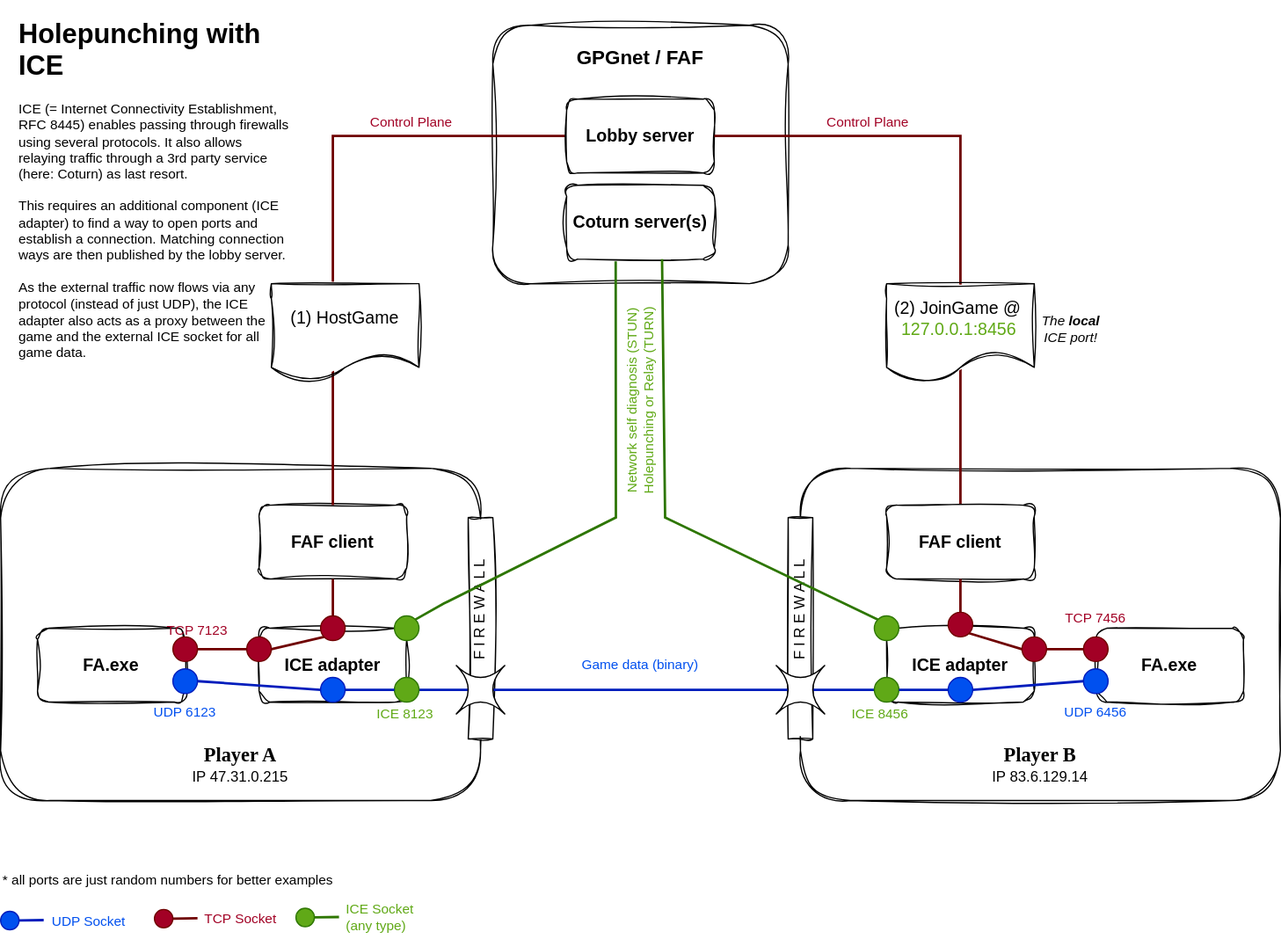
This is docs/diagrams/network_diagram_4_ice.svg from FAForever/kotlin-ice-adapter, a draw.io export, as it was before one commit. Source tidied: cells renumbered, new cells last; positions are measured from the earlier drawing's top-left corner, leaving out a move shared by most shapes.
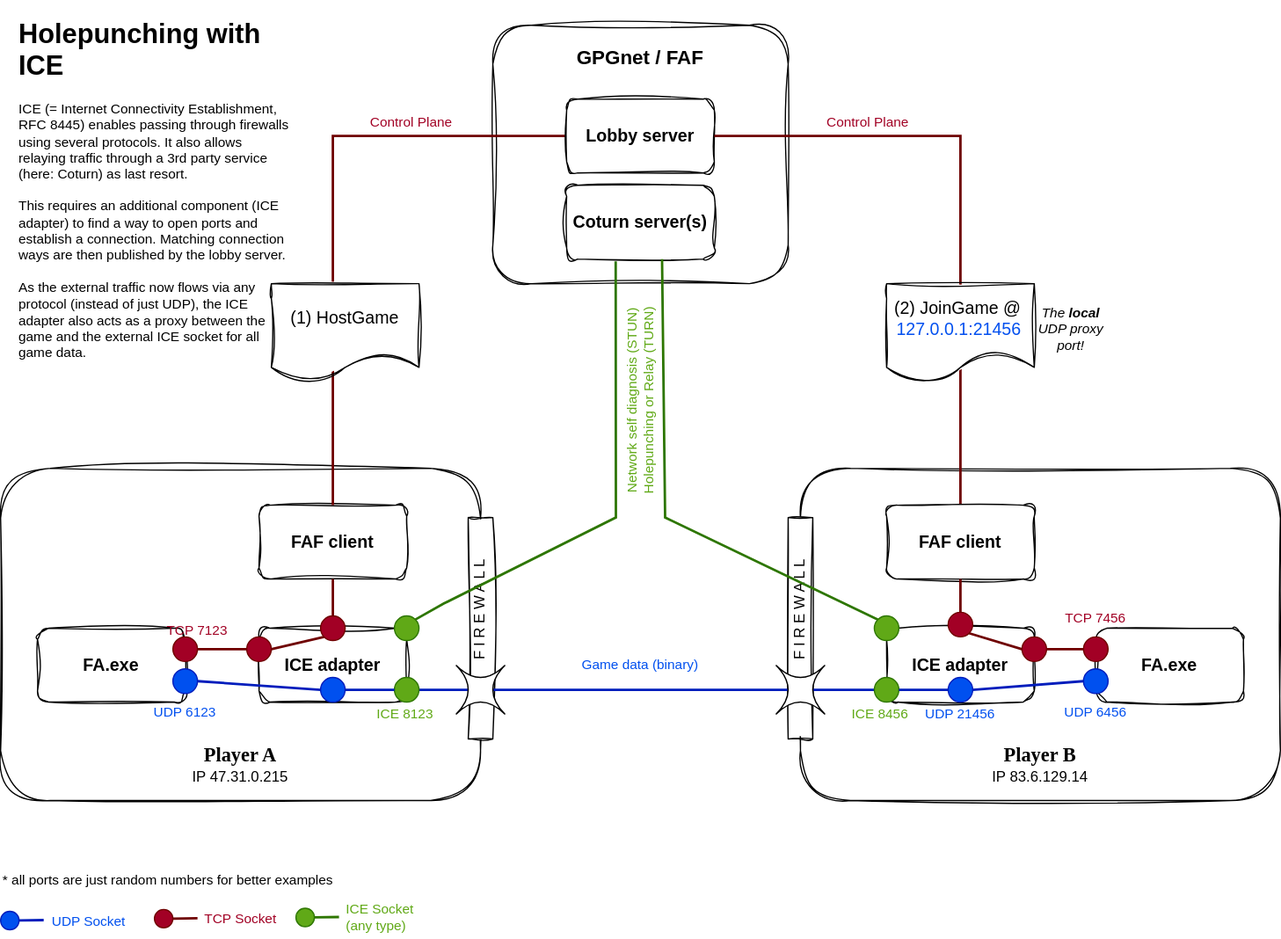
After the commit.

Commit message:
Fix wrong port description in docs

The edit, as a diff of the source:
```diff
@@ -239,12 +239,15 @@
     <mxCell id="72" value="ICE 8456" style="text;html=1;strokeColor=none;fillColor=none;align=left;verticalAlign=middle;whiteSpace=wrap;rounded=0;fontSize=11;fontFamily=Helvetica;fontColor=#60a916;" parent="39" vertex="1">
       <mxGeometry x="690" y="560" width="66" height="20" as="geometry" />
     </mxCell>
-    <mxCell id="73" value="127.0.0.1:8456" style="text;html=1;align=center;verticalAlign=middle;whiteSpace=wrap;rounded=0;fontSize=14;fontFamily=Helvetica;fillColor=#FFFFFF;fontColor=#60a916;strokeColor=none;spacing=0;" parent="39" vertex="1">
+    <mxCell id="73" value="127.0.0.1:21456" style="text;html=1;align=center;verticalAlign=middle;whiteSpace=wrap;rounded=0;fontSize=14;fontFamily=Helvetica;fillColor=#FFFFFF;fontColor=#0250ef;strokeColor=none;spacing=0;" parent="39" vertex="1">
       <mxGeometry x="728" y="247" width="102" height="20" as="geometry" />
     </mxCell>
-    <mxCell id="74" value="The &lt;b&gt;local&lt;/b&gt;&lt;br&gt;ICE port!" style="text;html=1;strokeColor=none;fillColor=none;align=center;verticalAlign=middle;whiteSpace=wrap;rounded=0;fontSize=11;fontFamily=Helvetica;fontColor=default;fontStyle=2;" parent="39" vertex="1">
+    <mxCell id="74" value="The &lt;b&gt;local&lt;/b&gt;&lt;br&gt;UDP proxy port!" style="text;html=1;strokeColor=none;fillColor=none;align=center;verticalAlign=middle;whiteSpace=wrap;rounded=0;fontSize=11;fontFamily=Helvetica;fontColor=default;fontStyle=2;" parent="39" vertex="1">
       <mxGeometry x="840" y="242" width="60" height="30" as="geometry" />
     </mxCell>
+    <mxCell id="77" value="UDP 21456" style="text;html=1;strokeColor=none;fillColor=none;align=center;verticalAlign=middle;whiteSpace=wrap;rounded=0;fontSize=11;fontFamily=Helvetica;fontColor=#0250ef;" parent="39" vertex="1">
+      <mxGeometry x="750" y="555" width="60" height="30" as="geometry" />
+    </mxCell>
     <mxCell id="75" value="Holepunching with ICE" parent="0" />
     <mxCell id="76" value="&lt;h1&gt;Holepunching with ICE&lt;/h1&gt;&lt;div&gt;ICE (= Internet Connectivity Establishment,&amp;nbsp;&lt;/div&gt;RFC 8445&lt;span style=&quot;background-color: initial;&quot;&gt;) enables passing through firewalls using several protocols. It also allows relaying traffic through a 3rd party service (here: Coturn) as last resort.&lt;br&gt;&lt;br&gt;This requires an additional component (ICE adapter) to find a way to open ports and establish a connection. Matching connection ways are then published by the lobby server.&amp;nbsp;&lt;br&gt;&lt;/span&gt;&lt;br&gt;As the external traffic now flows via any protocol (instead of just UDP), the ICE adapter also acts as a proxy between the game and the external ICE socket&amp;nbsp;for all game data." style="text;html=1;strokeColor=none;fillColor=none;spacing=5;spacingTop=-20;whiteSpace=wrap;overflow=hidden;rounded=0;fontSize=11;fontFamily=Helvetica;fontColor=default;" parent="75" vertex="1">
       <mxGeometry x="10" width="230" height="300" as="geometry" />
```
